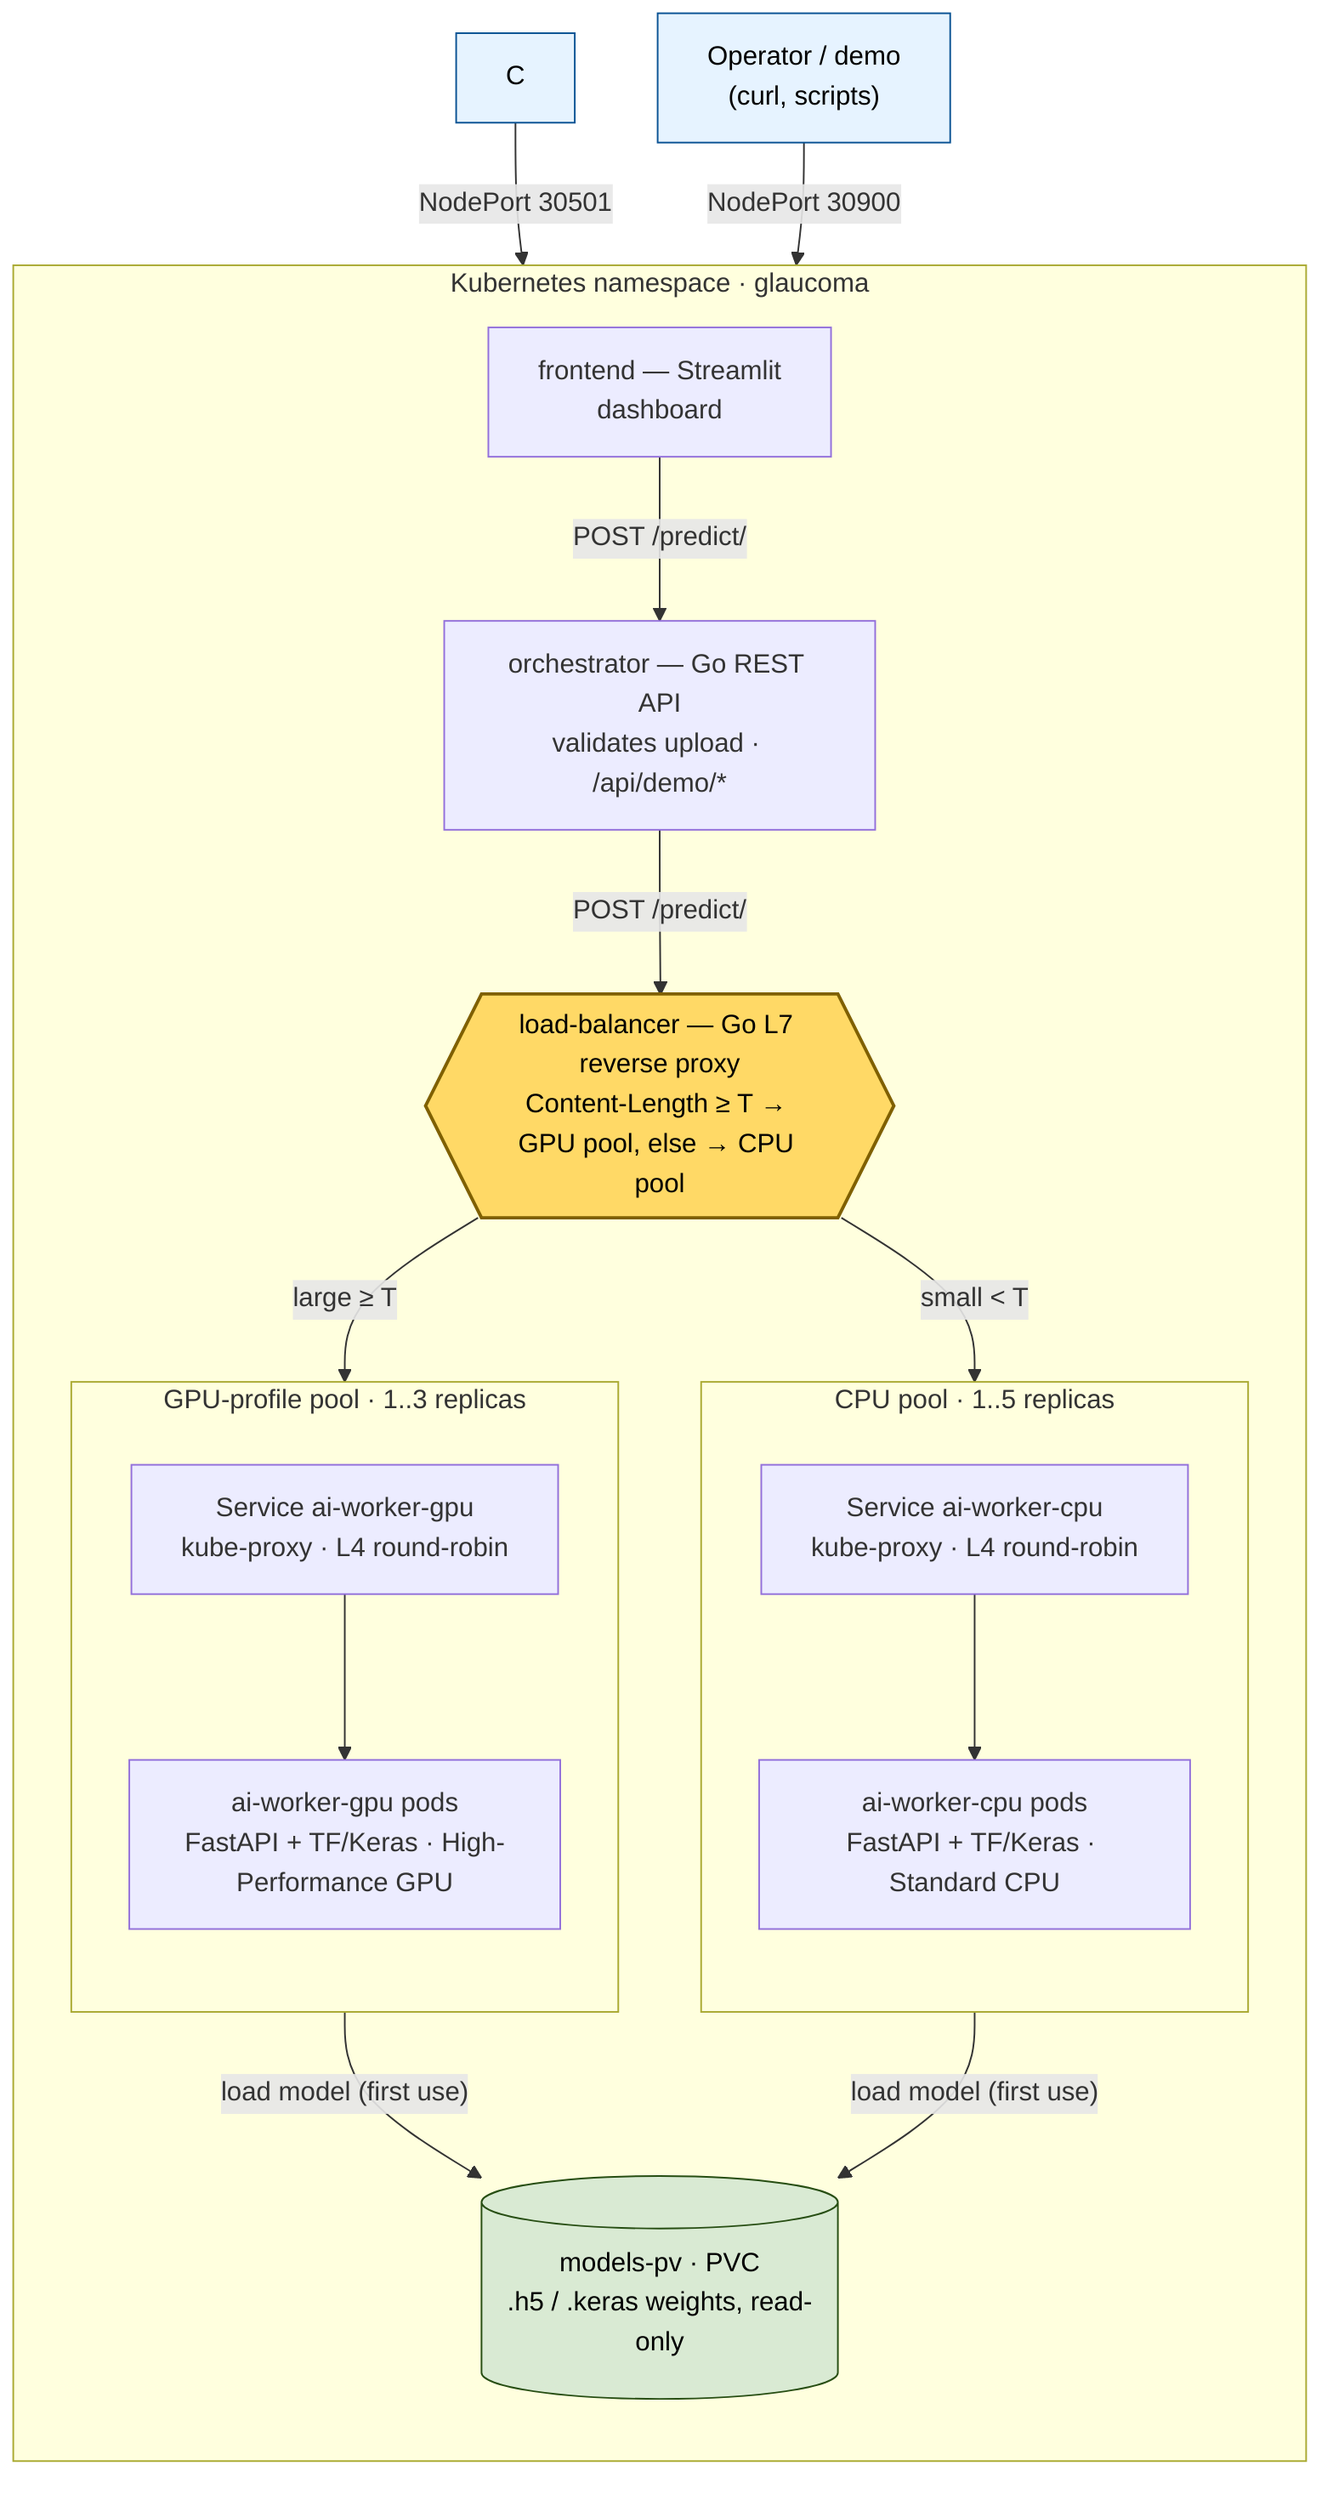
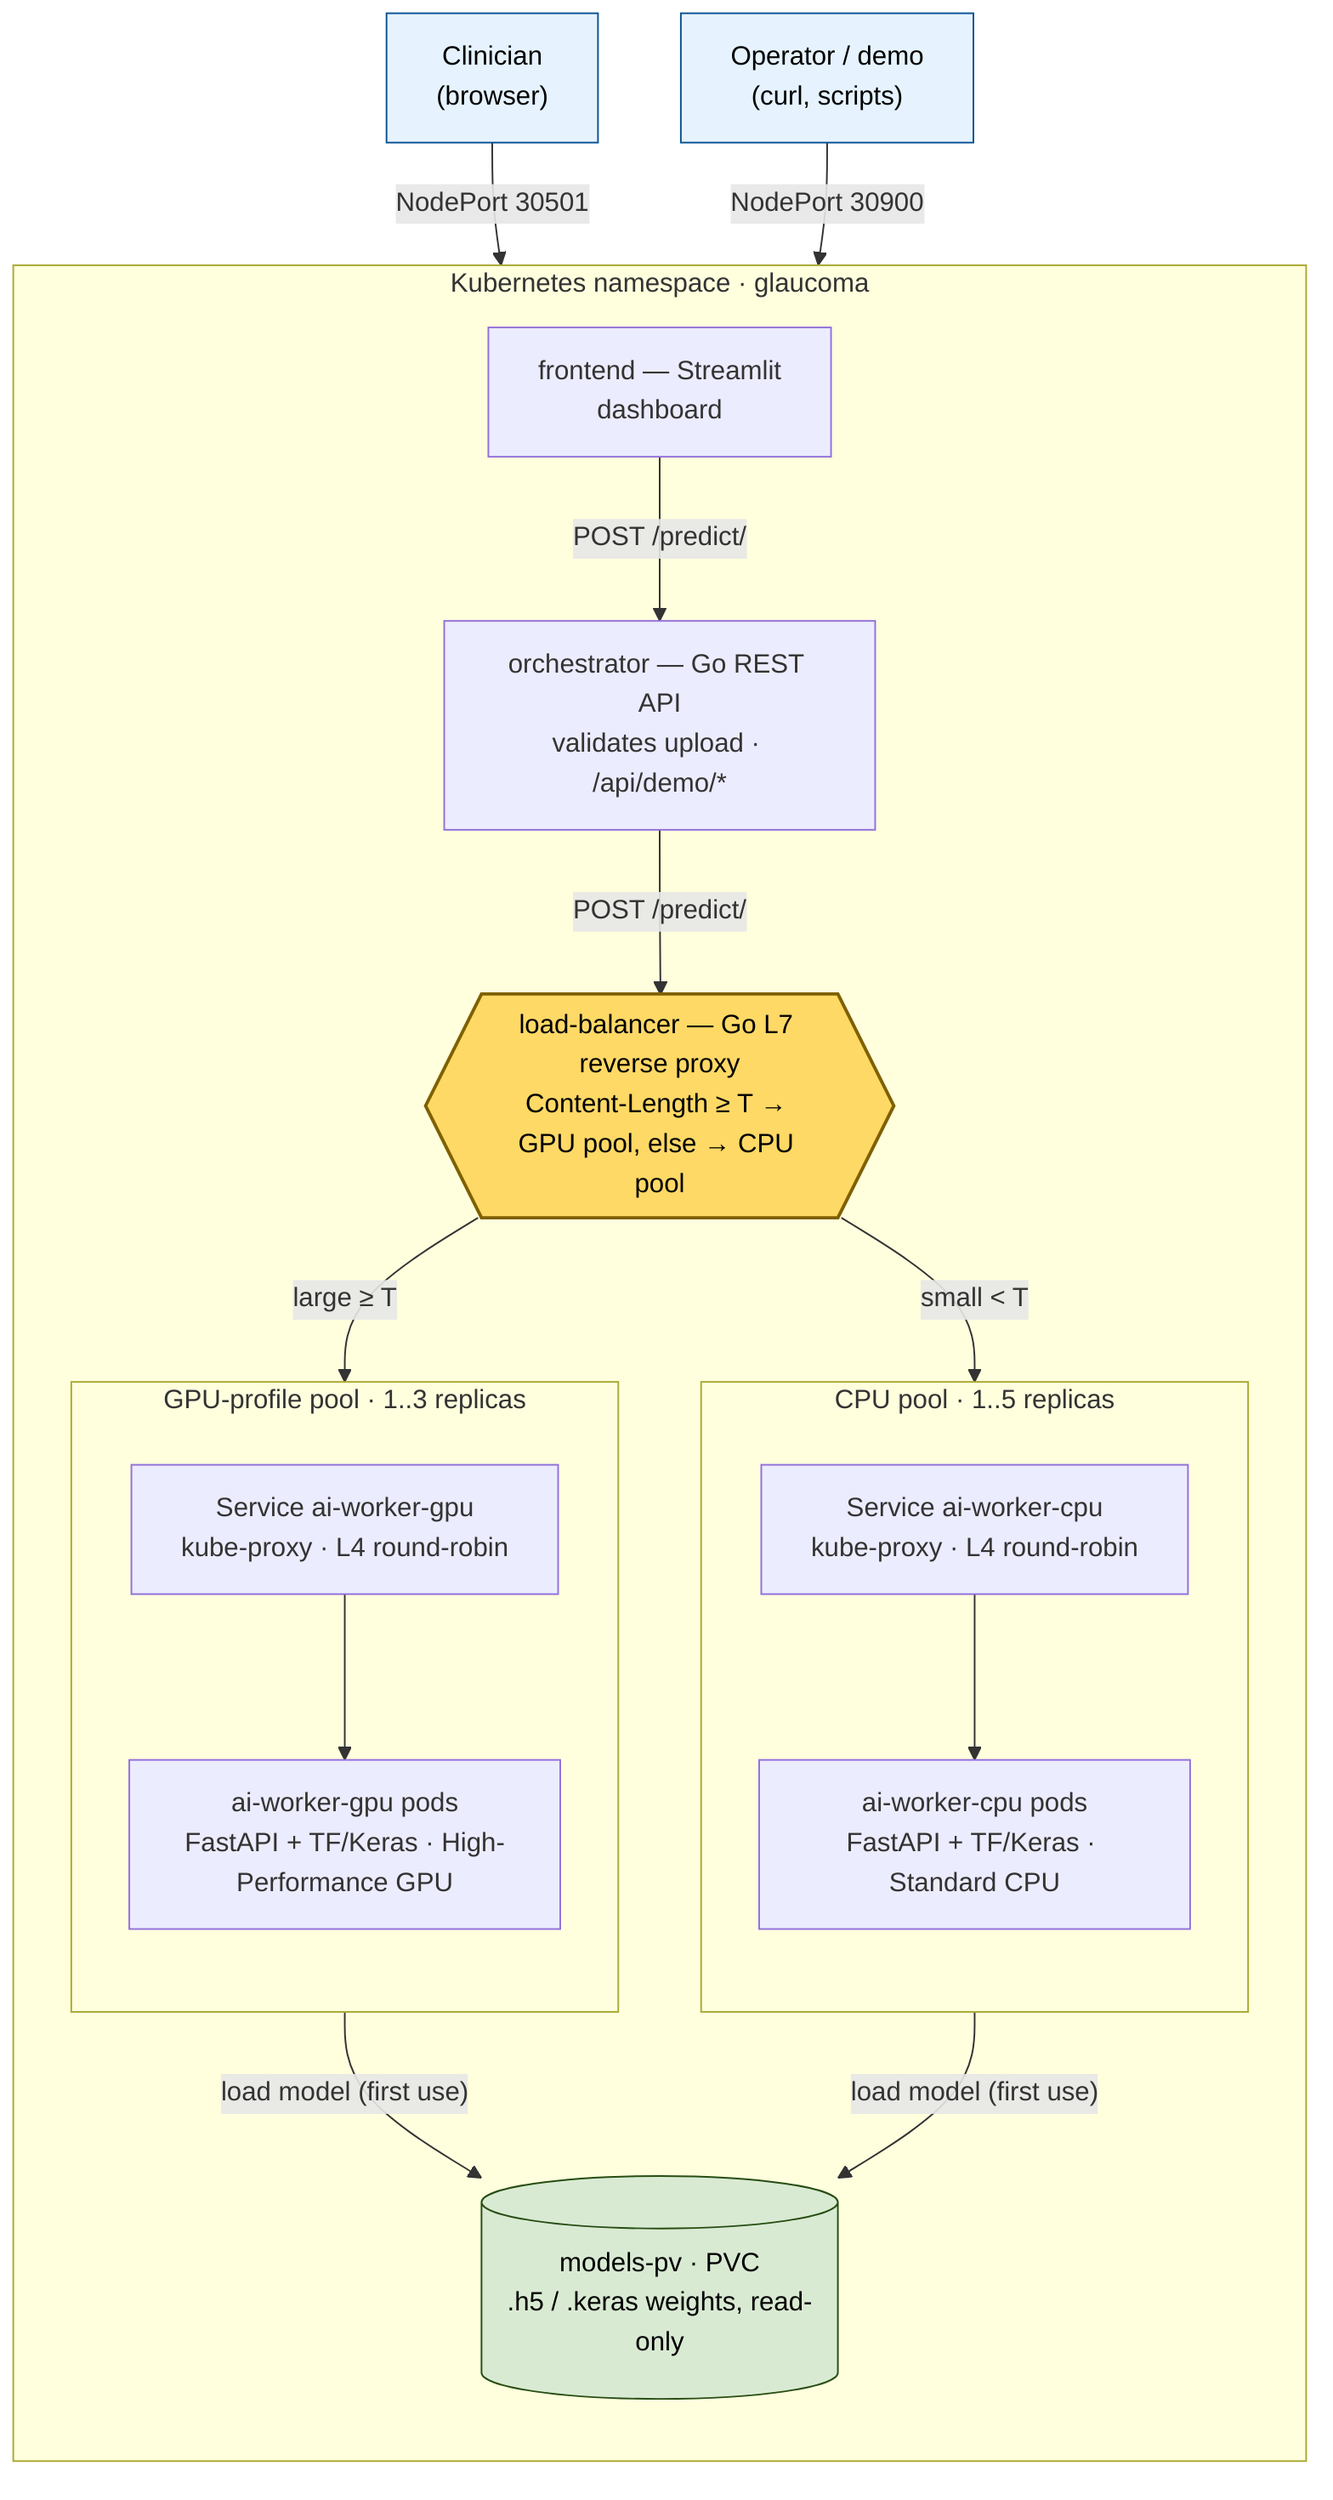
flowchart TB
+     C["Clinician<br/>(browser)"]
    OP["Operator / demo<br/>(curl, scripts)"]

    subgraph NS["Kubernetes namespace · glaucoma"]
        direction TB
        FE["frontend — Streamlit<br/>dashboard"]
        OR["orchestrator — Go REST API<br/>validates upload · /api/demo/*"]
        LB{{"load-balancer — Go L7 reverse proxy<br/>Content-Length ≥ T → GPU pool, else → CPU pool"}}

        subgraph CPUP["CPU pool · 1..5 replicas"]
            direction TB
            SC["Service ai-worker-cpu<br/>kube-proxy · L4 round-robin"]
            WC["ai-worker-cpu pods<br/>FastAPI + TF/Keras · Standard CPU"]
            SC --> WC
        end

        subgraph GPUP["GPU-profile pool · 1..3 replicas"]
            direction TB
            SG["Service ai-worker-gpu<br/>kube-proxy · L4 round-robin"]
            WG["ai-worker-gpu pods<br/>FastAPI + TF/Keras · High-Performance GPU"]
            SG --> WG
        end

        PV[("models-pv · PVC<br/>.h5 / .keras weights, read-only")]
    end

    C -- "NodePort 30501" --> FE
    OP -- "NodePort 30900" --> OR
    FE -- "POST /predict/" --> OR
    OR -- "POST /predict/" --> LB
    LB -- "small &lt; T" --> SC
    LB -- "large ≥ T" --> SG
    WC -- "load model (first use)" --> PV
    WG -- "load model (first use)" --> PV

    classDef self fill:#ffd966,stroke:#7f6000,stroke-width:2px,color:#000;
    classDef ext fill:#e6f3ff,stroke:#0b5394,color:#000;
    classDef pv fill:#d9ead3,stroke:#274e13,color:#000;
    class LB self;
    class C,OP ext;
    class PV pv;
